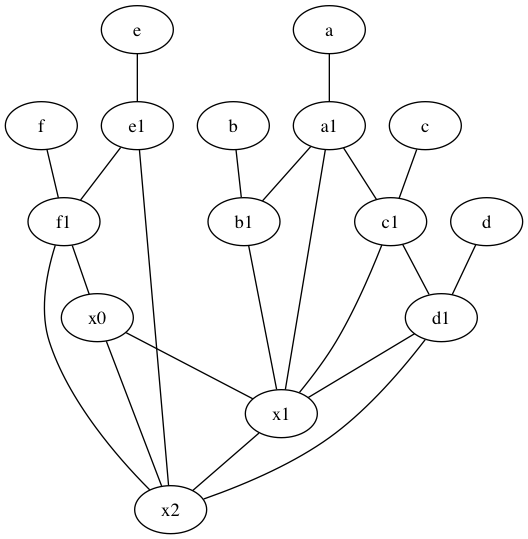
The Graphviz diagram results_deter/6et1/inf.dot.png in anisabnis/graph_inference, before a commit. Its source is kept beside it as results_deter/6et1/inf.dot.
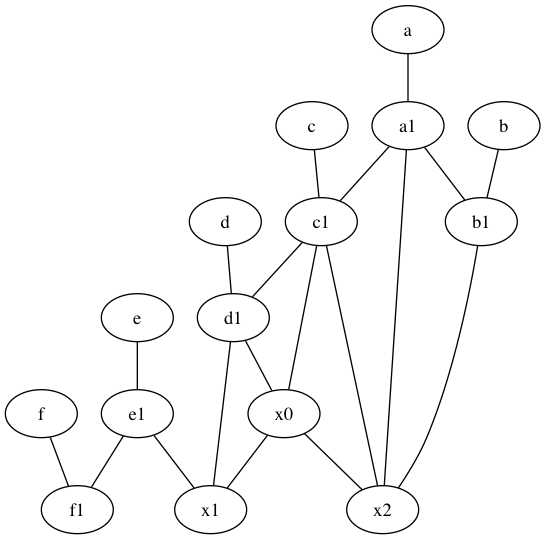
After the commit.

Change to the diagram source:
```diff
@@ -1,39 +1,37 @@
 graph {
 	node [labelfontsize=50]
-	f1 [labelfontsize=50 pos="3,8!"]
-	a1 [labelfontsize=50 pos="8,3!"]
-	x1 [labelfontsize=50]
-	b1 [labelfontsize=50 pos="9,4!"]
-	c1 [labelfontsize=50 pos="4.5,3!"]
-	e1 [labelfontsize=50 pos="7,7!"]
-	d1 [labelfontsize=50 pos="3,5!"]
-	c [labelfontsize=50 pos="4.5,2!"]
-	a [labelfontsize=50 pos="8,2!"]
-	d [labelfontsize=50 pos="2,5!"]
 	e [labelfontsize=50 pos="7,9!"]
 	x0 [labelfontsize=50]
+	a [labelfontsize=50 pos="8,2!"]
+	f1 [labelfontsize=50 pos="3,8!"]
+	c1 [labelfontsize=50 pos="4.5,3!"]
+	a1 [labelfontsize=50 pos="8,3!"]
 	x2 [labelfontsize=50]
+	d1 [labelfontsize=50 pos="3,5!"]
+	d [labelfontsize=50 pos="2,5!"]
+	c [labelfontsize=50 pos="4.5,2!"]
+	e1 [labelfontsize=50 pos="7,7!"]
+	x1 [labelfontsize=50]
+	f [labelfontsize=50 pos="3,9!"]
 	b [labelfontsize=50 pos="10,4!"]
-	f [labelfontsize=50 pos="3,9!"]
+	b1 [labelfontsize=50 pos="9,4!"]
+	d1 -- x1
+	a1 -- c1
+	e1 -- x1
 	d -- d1
-	d1 -- x2
-	f -- f1
+	b -- b1
 	x0 -- x1
-	f1 -- x2
+	x0 -- x2
+	a1 -- b1
+	a -- a1
+	e -- e1
+	e1 -- f1
 	c1 -- d1
 	c -- c1
-	e -- e1
-	x1 -- x2
-	a -- a1
-	a1 -- c1
-	f1 -- x0
-	c1 -- x1
-	b -- b1
-	b1 -- x1
-	e1 -- x2
-	d1 -- x1
-	e1 -- f1
-	a1 -- x1
-	a1 -- b1
-	x0 -- x2
+	f -- f1
+	d1 -- x0
+	c1 -- x2
+	c1 -- x0
+	b1 -- x2
+	a1 -- x2
 }
```
